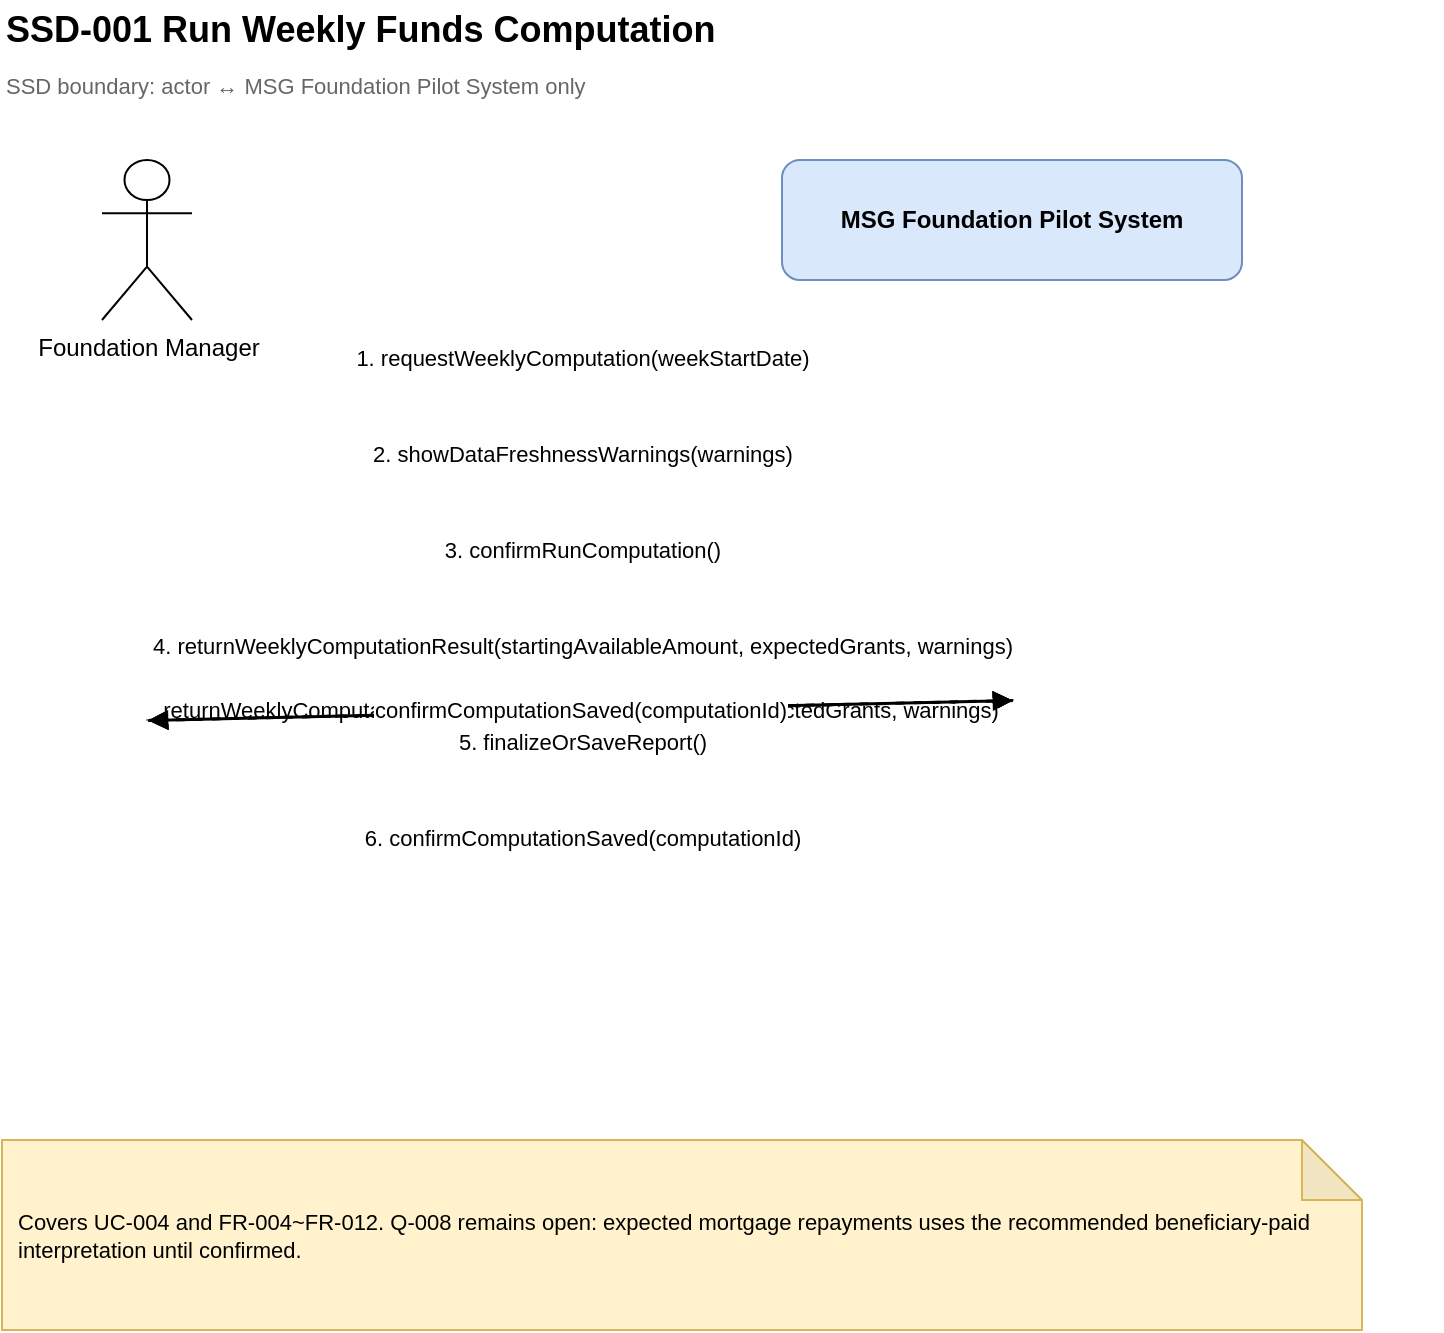
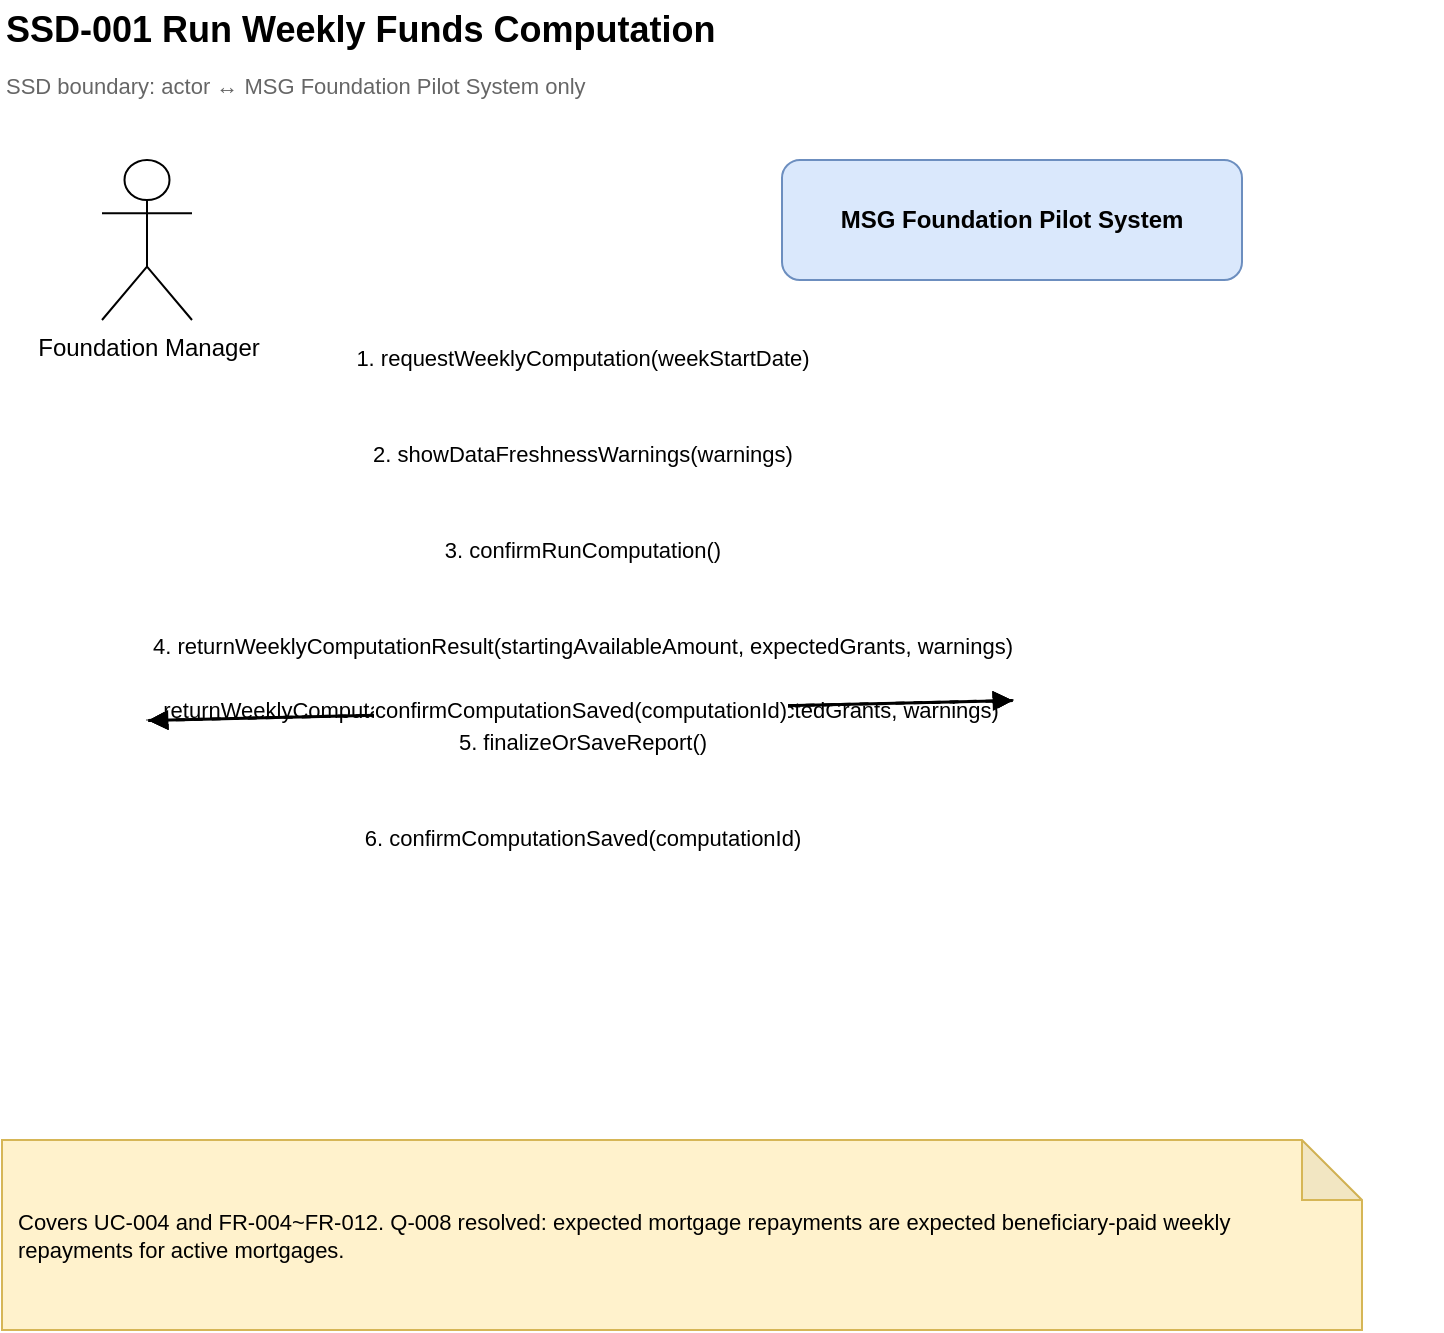
<mxfile host="app.diagrams.net" modified="2026-06-12T00:00:00.000Z" agent="Hermes" version="24.7.17" type="device">
<diagram id="ssd-001" name="SSD-001 Run Weekly Funds Computation">
<mxGraphModel dx="1180" dy="760" grid="1" gridSize="10" guides="1" tooltips="1" connect="1" arrows="1" fold="1" page="1" pageScale="1" pageWidth="850" pageHeight="760" math="0" shadow="0">
  <root>
    <mxCell id="0"/>
    <mxCell id="1" parent="0"/>
    <mxCell id="title" value="SSD-001 Run Weekly Funds Computation" style="text;html=1;strokeColor=none;fillColor=none;fontSize=18;fontStyle=1;align=left;verticalAlign=middle;" vertex="1" parent="1"><mxGeometry x="40" y="20" width="720" height="30" as="geometry"/></mxCell>
    <mxCell id="scope" value="SSD boundary: actor ↔ MSG Foundation Pilot System only" style="text;html=1;strokeColor=none;fillColor=none;fontSize=11;fontColor=#666666;align=left;" vertex="1" parent="1"><mxGeometry x="40" y="50" width="720" height="25" as="geometry"/></mxCell>
    <mxCell id="actor" value="Foundation
Manager" style="shape=umlActor;verticalLabelPosition=bottom;verticalAlign=top;html=1;outlineConnect=0;fontSize=12;" vertex="1" parent="1"><mxGeometry x="90" y="100" width="45" height="80" as="geometry"/></mxCell>
    <mxCell id="system" value="MSG Foundation
Pilot System" style="rounded=1;whiteSpace=wrap;html=1;fillColor=#dae8fc;strokeColor=#6c8ebf;fontStyle=1;fontSize=12;" vertex="1" parent="1"><mxGeometry x="430" y="100" width="230" height="60" as="geometry"/></mxCell>
    <mxCell id="actorLife" style="shape=line;html=1;strokeColor=#999999;dashed=1;" vertex="1" parent="1"><mxGeometry x="112" y="200" width="1" height="360" as="geometry"/></mxCell>
    <mxCell id="systemLife" style="shape=line;html=1;strokeColor=#999999;dashed=1;" vertex="1" parent="1"><mxGeometry x="545" y="180" width="1" height="380" as="geometry"/></mxCell>
    <mxCell id="m1" value="requestWeeklyComputation(weekStartDate)" style="endArrow=block;html=1;rounded=0;strokeWidth=1.5;" edge="1" parent="1" source="actorLife" target="systemLife"><mxGeometry relative="1" as="geometry"/></mxCell>
    <mxCell id="m1label" value="1. requestWeeklyComputation(weekStartDate)" style="text;html=1;strokeColor=none;fillColor=none;fontSize=11;align=center;verticalAlign=middle;" vertex="1" parent="1"><mxGeometry x="190" y="187" width="280" height="24" as="geometry"/></mxCell>
    <mxCell id="m2" value="showDataFreshnessWarnings(warnings)" style="endArrow=block;html=1;rounded=0;strokeWidth=1.5;dashed=1;" edge="1" parent="1" source="systemLife" target="actorLife"><mxGeometry relative="1" as="geometry"/></mxCell>
    <mxCell id="m2label" value="2. showDataFreshnessWarnings(warnings)" style="text;html=1;strokeColor=none;fillColor=none;fontSize=11;align=center;verticalAlign=middle;" vertex="1" parent="1"><mxGeometry x="190" y="235" width="280" height="24" as="geometry"/></mxCell>
    <mxCell id="m3" value="confirmRunComputation()" style="endArrow=block;html=1;rounded=0;strokeWidth=1.5;" edge="1" parent="1" source="actorLife" target="systemLife"><mxGeometry relative="1" as="geometry"/></mxCell>
    <mxCell id="m3label" value="3. confirmRunComputation()" style="text;html=1;strokeColor=none;fillColor=none;fontSize=11;align=center;verticalAlign=middle;" vertex="1" parent="1"><mxGeometry x="190" y="283" width="280" height="24" as="geometry"/></mxCell>
    <mxCell id="m4" value="returnWeeklyComputationResult(startingAvailableAmount, expectedGrants, warnings)" style="endArrow=block;html=1;rounded=0;strokeWidth=1.5;dashed=1;" edge="1" parent="1" source="systemLife" target="actorLife"><mxGeometry relative="1" as="geometry"/></mxCell>
    <mxCell id="m4label" value="4. returnWeeklyComputationResult(startingAvailableAmount, expectedGrants, warnings)" style="text;html=1;strokeColor=none;fillColor=none;fontSize=11;align=center;verticalAlign=middle;" vertex="1" parent="1"><mxGeometry x="190" y="331" width="280" height="24" as="geometry"/></mxCell>
    <mxCell id="m5" value="finalizeOrSaveReport()" style="endArrow=block;html=1;rounded=0;strokeWidth=1.5;" edge="1" parent="1" source="actorLife" target="systemLife"><mxGeometry relative="1" as="geometry"/></mxCell>
    <mxCell id="m5label" value="5. finalizeOrSaveReport()" style="text;html=1;strokeColor=none;fillColor=none;fontSize=11;align=center;verticalAlign=middle;" vertex="1" parent="1"><mxGeometry x="190" y="379" width="280" height="24" as="geometry"/></mxCell>
    <mxCell id="m6" value="confirmComputationSaved(computationId)" style="endArrow=block;html=1;rounded=0;strokeWidth=1.5;dashed=1;" edge="1" parent="1" source="systemLife" target="actorLife"><mxGeometry relative="1" as="geometry"/></mxCell>
    <mxCell id="m6label" value="6. confirmComputationSaved(computationId)" style="text;html=1;strokeColor=none;fillColor=none;fontSize=11;align=center;verticalAlign=middle;" vertex="1" parent="1"><mxGeometry x="190" y="427" width="280" height="24" as="geometry"/></mxCell>
-     <mxCell id="note" value="Covers UC-004 and FR-004~FR-012. Q-008 remains open: expected mortgage repayments uses the recommended beneficiary-paid interpretation until confirmed." style="shape=note;whiteSpace=wrap;html=1;backgroundOutline=1;darkOpacity=0.05;fillColor=#fff2cc;strokeColor=#d6b656;fontSize=11;align=left;spacing=8;" vertex="1" parent="1"><mxGeometry x="40" y="590" width="680" height="95" as="geometry"/></mxCell>
+     <mxCell id="note" value="Covers UC-004 and FR-004~FR-012. Q-008 resolved: expected mortgage repayments are expected beneficiary-paid weekly repayments for active mortgages." style="shape=note;whiteSpace=wrap;html=1;backgroundOutline=1;darkOpacity=0.05;fillColor=#fff2cc;strokeColor=#d6b656;fontSize=11;align=left;spacing=8;" vertex="1" parent="1"><mxGeometry x="40" y="590" width="680" height="95" as="geometry"/></mxCell>
  </root>
</mxGraphModel>
</diagram>
<diagram id="ssd-002" name="SSD-002 Manage Mortgage Data">
<mxGraphModel dx="1180" dy="760" grid="1" gridSize="10" guides="1" tooltips="1" connect="1" arrows="1" fold="1" page="1" pageScale="1" pageWidth="850" pageHeight="760" math="0" shadow="0">
  <root>
    <mxCell id="0"/>
    <mxCell id="1" parent="0"/>
    <mxCell id="title" value="SSD-002 Manage Mortgage Data" style="text;html=1;strokeColor=none;fillColor=none;fontSize=18;fontStyle=1;align=left;verticalAlign=middle;" vertex="1" parent="1"><mxGeometry x="40" y="20" width="720" height="30" as="geometry"/></mxCell>
    <mxCell id="scope" value="SSD boundary: actor ↔ MSG Foundation Pilot System only" style="text;html=1;strokeColor=none;fillColor=none;fontSize=11;fontColor=#666666;align=left;" vertex="1" parent="1"><mxGeometry x="40" y="50" width="720" height="25" as="geometry"/></mxCell>
    <mxCell id="actor" value="Mortgage Program
Officer" style="shape=umlActor;verticalLabelPosition=bottom;verticalAlign=top;html=1;outlineConnect=0;fontSize=12;" vertex="1" parent="1"><mxGeometry x="90" y="100" width="45" height="80" as="geometry"/></mxCell>
    <mxCell id="system" value="MSG Foundation
Pilot System" style="rounded=1;whiteSpace=wrap;html=1;fillColor=#dae8fc;strokeColor=#6c8ebf;fontStyle=1;fontSize=12;" vertex="1" parent="1"><mxGeometry x="430" y="100" width="230" height="60" as="geometry"/></mxCell>
    <mxCell id="actorLife" style="shape=line;html=1;strokeColor=#999999;dashed=1;" vertex="1" parent="1"><mxGeometry x="112" y="200" width="1" height="360" as="geometry"/></mxCell>
    <mxCell id="systemLife" style="shape=line;html=1;strokeColor=#999999;dashed=1;" vertex="1" parent="1"><mxGeometry x="545" y="180" width="1" height="380" as="geometry"/></mxCell>
    <mxCell id="m1" value="openMortgageManagement()" style="endArrow=block;html=1;rounded=0;strokeWidth=1.5;" edge="1" parent="1" source="actorLife" target="systemLife"><mxGeometry relative="1" as="geometry"/></mxCell>
    <mxCell id="m1label" value="1. openMortgageManagement()" style="text;html=1;strokeColor=none;fillColor=none;fontSize=11;align=center;verticalAlign=middle;" vertex="1" parent="1"><mxGeometry x="190" y="187" width="280" height="24" as="geometry"/></mxCell>
    <mxCell id="m2" value="showMortgageList()" style="endArrow=block;html=1;rounded=0;strokeWidth=1.5;dashed=1;" edge="1" parent="1" source="systemLife" target="actorLife"><mxGeometry relative="1" as="geometry"/></mxCell>
    <mxCell id="m2label" value="2. showMortgageList()" style="text;html=1;strokeColor=none;fillColor=none;fontSize=11;align=center;verticalAlign=middle;" vertex="1" parent="1"><mxGeometry x="190" y="235" width="280" height="24" as="geometry"/></mxCell>
    <mxCell id="m3" value="submitMortgageData(account, P&amp;I, income, tax, insurance, updatedDates)" style="endArrow=block;html=1;rounded=0;strokeWidth=1.5;" edge="1" parent="1" source="actorLife" target="systemLife"><mxGeometry relative="1" as="geometry"/></mxCell>
    <mxCell id="m3label" value="3. submitMortgageData(account, P&amp;I, income, tax, insurance, updatedDates)" style="text;html=1;strokeColor=none;fillColor=none;fontSize=11;align=center;verticalAlign=middle;" vertex="1" parent="1"><mxGeometry x="190" y="283" width="280" height="24" as="geometry"/></mxCell>
    <mxCell id="m4" value="validateAndShowResult(success or errors)" style="endArrow=block;html=1;rounded=0;strokeWidth=1.5;dashed=1;" edge="1" parent="1" source="systemLife" target="actorLife"><mxGeometry relative="1" as="geometry"/></mxCell>
    <mxCell id="m4label" value="4. validateAndShowResult(success or errors)" style="text;html=1;strokeColor=none;fillColor=none;fontSize=11;align=center;verticalAlign=middle;" vertex="1" parent="1"><mxGeometry x="190" y="331" width="280" height="24" as="geometry"/></mxCell>
    <mxCell id="m5" value="saveMortgageRecord()" style="endArrow=block;html=1;rounded=0;strokeWidth=1.5;" edge="1" parent="1" source="actorLife" target="systemLife"><mxGeometry relative="1" as="geometry"/></mxCell>
    <mxCell id="m5label" value="5. saveMortgageRecord()" style="text;html=1;strokeColor=none;fillColor=none;fontSize=11;align=center;verticalAlign=middle;" vertex="1" parent="1"><mxGeometry x="190" y="379" width="280" height="24" as="geometry"/></mxCell>
    <mxCell id="m6" value="confirmMortgageSaved(accountNumber)" style="endArrow=block;html=1;rounded=0;strokeWidth=1.5;dashed=1;" edge="1" parent="1" source="systemLife" target="actorLife"><mxGeometry relative="1" as="geometry"/></mxCell>
    <mxCell id="m6label" value="6. confirmMortgageSaved(accountNumber)" style="text;html=1;strokeColor=none;fillColor=none;fontSize=11;align=center;verticalAlign=middle;" vertex="1" parent="1"><mxGeometry x="190" y="427" width="280" height="24" as="geometry"/></mxCell>
    <mxCell id="note" value="Covers UC-003 and FR-003, FR-006~FR-009. Applicant eligibility and 90% mortgage screening are explicitly out of pilot scope." style="shape=note;whiteSpace=wrap;html=1;backgroundOutline=1;darkOpacity=0.05;fillColor=#fff2cc;strokeColor=#d6b656;fontSize=11;align=left;spacing=8;" vertex="1" parent="1"><mxGeometry x="40" y="590" width="680" height="95" as="geometry"/></mxCell>
  </root>
</mxGraphModel>
</diagram>
<diagram id="ssd-003" name="SSD-003 Check Home Fundability">
<mxGraphModel dx="1180" dy="760" grid="1" gridSize="10" guides="1" tooltips="1" connect="1" arrows="1" fold="1" page="1" pageScale="1" pageWidth="850" pageHeight="760" math="0" shadow="0">
  <root>
    <mxCell id="0"/>
    <mxCell id="1" parent="0"/>
    <mxCell id="title" value="SSD-003 Check Home Fundability" style="text;html=1;strokeColor=none;fillColor=none;fontSize=18;fontStyle=1;align=left;verticalAlign=middle;" vertex="1" parent="1"><mxGeometry x="40" y="20" width="720" height="30" as="geometry"/></mxCell>
    <mxCell id="scope" value="SSD boundary: actor ↔ MSG Foundation Pilot System only" style="text;html=1;strokeColor=none;fillColor=none;fontSize=11;fontColor=#666666;align=left;" vertex="1" parent="1"><mxGeometry x="40" y="50" width="720" height="25" as="geometry"/></mxCell>
    <mxCell id="actor" value="Foundation
Manager" style="shape=umlActor;verticalLabelPosition=bottom;verticalAlign=top;html=1;outlineConnect=0;fontSize=12;" vertex="1" parent="1"><mxGeometry x="90" y="100" width="45" height="80" as="geometry"/></mxCell>
    <mxCell id="system" value="MSG Foundation
Pilot System" style="rounded=1;whiteSpace=wrap;html=1;fillColor=#dae8fc;strokeColor=#6c8ebf;fontStyle=1;fontSize=12;" vertex="1" parent="1"><mxGeometry x="430" y="100" width="230" height="60" as="geometry"/></mxCell>
    <mxCell id="actorLife" style="shape=line;html=1;strokeColor=#999999;dashed=1;" vertex="1" parent="1"><mxGeometry x="112" y="200" width="1" height="360" as="geometry"/></mxCell>
    <mxCell id="systemLife" style="shape=line;html=1;strokeColor=#999999;dashed=1;" vertex="1" parent="1"><mxGeometry x="545" y="180" width="1" height="380" as="geometry"/></mxCell>
    <mxCell id="m1" value="requestFundabilityCheck(computationId, homeCost, reference)" style="endArrow=block;html=1;rounded=0;strokeWidth=1.5;" edge="1" parent="1" source="actorLife" target="systemLife"><mxGeometry relative="1" as="geometry"/></mxCell>
    <mxCell id="m1label" value="1. requestFundabilityCheck(computationId, homeCost, reference)" style="text;html=1;strokeColor=none;fillColor=none;fontSize=11;align=center;verticalAlign=middle;" vertex="1" parent="1"><mxGeometry x="190" y="187" width="280" height="24" as="geometry"/></mxCell>
    <mxCell id="m2" value="returnFundabilityResult(fundable, remainingAmount, shortfall)" style="endArrow=block;html=1;rounded=0;strokeWidth=1.5;dashed=1;" edge="1" parent="1" source="systemLife" target="actorLife"><mxGeometry relative="1" as="geometry"/></mxCell>
    <mxCell id="m2label" value="2. returnFundabilityResult(fundable, remainingAmount, shortfall)" style="text;html=1;strokeColor=none;fillColor=none;fontSize=11;align=center;verticalAlign=middle;" vertex="1" parent="1"><mxGeometry x="190" y="235" width="280" height="24" as="geometry"/></mxCell>
    <mxCell id="m3" value="requestRecordAllocation(homeCost, reference)" style="endArrow=block;html=1;rounded=0;strokeWidth=1.5;" edge="1" parent="1" source="actorLife" target="systemLife"><mxGeometry relative="1" as="geometry"/></mxCell>
    <mxCell id="m3label" value="3. requestRecordAllocation(homeCost, reference)" style="text;html=1;strokeColor=none;fillColor=none;fontSize=11;align=center;verticalAlign=middle;" vertex="1" parent="1"><mxGeometry x="190" y="283" width="280" height="24" as="geometry"/></mxCell>
    <mxCell id="m4" value="confirmAllocationRecorded(remainingAfterAllocation)" style="endArrow=block;html=1;rounded=0;strokeWidth=1.5;dashed=1;" edge="1" parent="1" source="systemLife" target="actorLife"><mxGeometry relative="1" as="geometry"/></mxCell>
    <mxCell id="m4label" value="4. confirmAllocationRecorded(remainingAfterAllocation)" style="text;html=1;strokeColor=none;fillColor=none;fontSize=11;align=center;verticalAlign=middle;" vertex="1" parent="1"><mxGeometry x="190" y="331" width="280" height="24" as="geometry"/></mxCell>
    <mxCell id="note" value="Covers UC-005, UC-006, FR-013, and FR-014. Checking fundability alone does not reduce funds; record allocation performs the reduction." style="shape=note;whiteSpace=wrap;html=1;backgroundOutline=1;darkOpacity=0.05;fillColor=#fff2cc;strokeColor=#d6b656;fontSize=11;align=left;spacing=8;" vertex="1" parent="1"><mxGeometry x="40" y="590" width="680" height="95" as="geometry"/></mxCell>
  </root>
</mxGraphModel>
</diagram>
<diagram id="ssd-004" name="SSD-004 Generate Reports">
<mxGraphModel dx="1180" dy="760" grid="1" gridSize="10" guides="1" tooltips="1" connect="1" arrows="1" fold="1" page="1" pageScale="1" pageWidth="850" pageHeight="760" math="0" shadow="0">
  <root>
    <mxCell id="0"/>
    <mxCell id="1" parent="0"/>
    <mxCell id="title" value="SSD-004 Generate Reports" style="text;html=1;strokeColor=none;fillColor=none;fontSize=18;fontStyle=1;align=left;verticalAlign=middle;" vertex="1" parent="1"><mxGeometry x="40" y="20" width="720" height="30" as="geometry"/></mxCell>
    <mxCell id="scope" value="SSD boundary: actor ↔ MSG Foundation Pilot System only" style="text;html=1;strokeColor=none;fillColor=none;fontSize=11;fontColor=#666666;align=left;" vertex="1" parent="1"><mxGeometry x="40" y="50" width="720" height="25" as="geometry"/></mxCell>
    <mxCell id="actor" value="Foundation Manager
/ Trustees" style="shape=umlActor;verticalLabelPosition=bottom;verticalAlign=top;html=1;outlineConnect=0;fontSize=12;" vertex="1" parent="1"><mxGeometry x="90" y="100" width="45" height="80" as="geometry"/></mxCell>
    <mxCell id="system" value="MSG Foundation
Pilot System" style="rounded=1;whiteSpace=wrap;html=1;fillColor=#dae8fc;strokeColor=#6c8ebf;fontStyle=1;fontSize=12;" vertex="1" parent="1"><mxGeometry x="430" y="100" width="230" height="60" as="geometry"/></mxCell>
    <mxCell id="actorLife" style="shape=line;html=1;strokeColor=#999999;dashed=1;" vertex="1" parent="1"><mxGeometry x="112" y="200" width="1" height="360" as="geometry"/></mxCell>
    <mxCell id="systemLife" style="shape=line;html=1;strokeColor=#999999;dashed=1;" vertex="1" parent="1"><mxGeometry x="545" y="180" width="1" height="380" as="geometry"/></mxCell>
    <mxCell id="m1" value="requestReport(reportType, optionalComputationId)" style="endArrow=block;html=1;rounded=0;strokeWidth=1.5;" edge="1" parent="1" source="actorLife" target="systemLife"><mxGeometry relative="1" as="geometry"/></mxCell>
    <mxCell id="m1label" value="1. requestReport(reportType, optionalComputationId)" style="text;html=1;strokeColor=none;fillColor=none;fontSize=11;align=center;verticalAlign=middle;" vertex="1" parent="1"><mxGeometry x="190" y="187" width="280" height="24" as="geometry"/></mxCell>
    <mxCell id="m2" value="showReportOptionsOrValidationMessage()" style="endArrow=block;html=1;rounded=0;strokeWidth=1.5;dashed=1;" edge="1" parent="1" source="systemLife" target="actorLife"><mxGeometry relative="1" as="geometry"/></mxCell>
    <mxCell id="m2label" value="2. showReportOptionsOrValidationMessage()" style="text;html=1;strokeColor=none;fillColor=none;fontSize=11;align=center;verticalAlign=middle;" vertex="1" parent="1"><mxGeometry x="190" y="235" width="280" height="24" as="geometry"/></mxCell>
    <mxCell id="m3" value="confirmPrintOrExportRequest()" style="endArrow=block;html=1;rounded=0;strokeWidth=1.5;" edge="1" parent="1" source="actorLife" target="systemLife"><mxGeometry relative="1" as="geometry"/></mxCell>
    <mxCell id="m3label" value="3. confirmPrintOrExportRequest()" style="text;html=1;strokeColor=none;fillColor=none;fontSize=11;align=center;verticalAlign=middle;" vertex="1" parent="1"><mxGeometry x="190" y="283" width="280" height="24" as="geometry"/></mxCell>
    <mxCell id="m4" value="returnPrintableReport(reportContent, warnings)" style="endArrow=block;html=1;rounded=0;strokeWidth=1.5;dashed=1;" edge="1" parent="1" source="systemLife" target="actorLife"><mxGeometry relative="1" as="geometry"/></mxCell>
    <mxCell id="m4label" value="4. returnPrintableReport(reportContent, warnings)" style="text;html=1;strokeColor=none;fillColor=none;fontSize=11;align=center;verticalAlign=middle;" vertex="1" parent="1"><mxGeometry x="190" y="331" width="280" height="24" as="geometry"/></mxCell>
    <mxCell id="note" value="Covers UC-007~UC-009 and FR-015~FR-017. Report output medium is a developer decision as long as print-on-request is supported." style="shape=note;whiteSpace=wrap;html=1;backgroundOutline=1;darkOpacity=0.05;fillColor=#fff2cc;strokeColor=#d6b656;fontSize=11;align=left;spacing=8;" vertex="1" parent="1"><mxGeometry x="40" y="590" width="680" height="95" as="geometry"/></mxCell>
  </root>
</mxGraphModel>
</diagram>
</mxfile>
